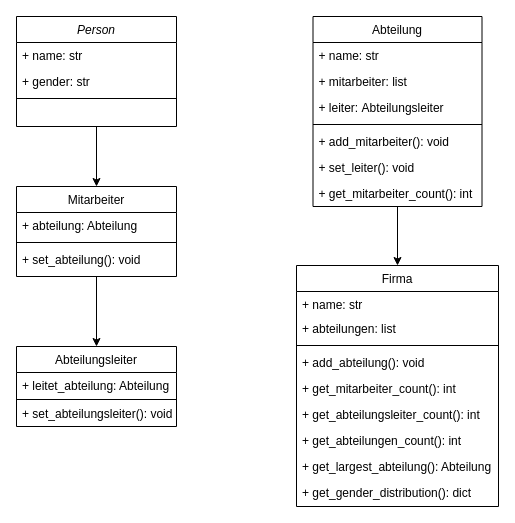
Above: Vererbung_Mitarbeiter/UML-Klassendiagramm/Mitarbeiter_Klassendiagramm.drawio in gakofler/SWP_RubnS (draw.io), before the change. Source tidied: cells renumbered, new cells numbered last; positions are measured from the earlier drawing's top-left corner, leaving out a move shared by most shapes. Both pictures are drawn from the tidied source at 100%, with x=0, y=0 at pixel (16, 16).
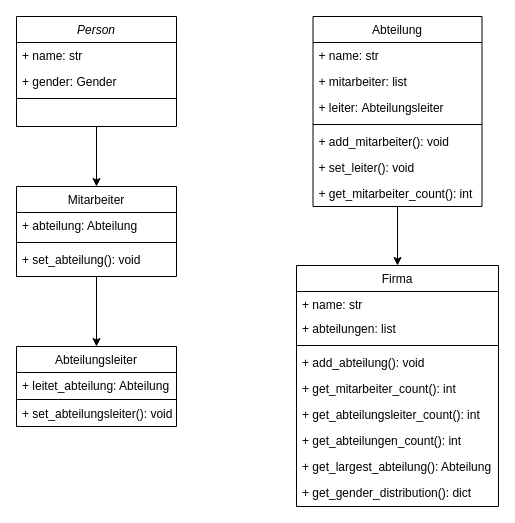
The same diagram, later.

The change refers to these unchanged cells:
```xml
<mxCell id="3" value="Person" style="swimlane;fontStyle=2;align=center;verticalAlign=top;horizontal=1;startSize=26;rounded=0;shadow=0;strokeWidth=1;" parent="1" vertex="1">
  <mxGeometry width="160" height="110" as="geometry" />
</mxCell>
```

The edit, as a diff of the source:
```diff
@@
-    <mxCell id="5" value="+ gender: str" style="text;align=left;verticalAlign=top;spacingLeft=4;spacingRight=4;overflow=hidden;rounded=0;shadow=0;html=0;" parent="3" vertex="1">
+    <mxCell id="5" value="+ gender: Gender" style="text;align=left;verticalAlign=top;spacingLeft=4;spacingRight=4;overflow=hidden;rounded=0;shadow=0;html=0;" parent="3" vertex="1">
       <mxGeometry y="52" width="160" height="26" as="geometry" />
     </mxCell>
```
